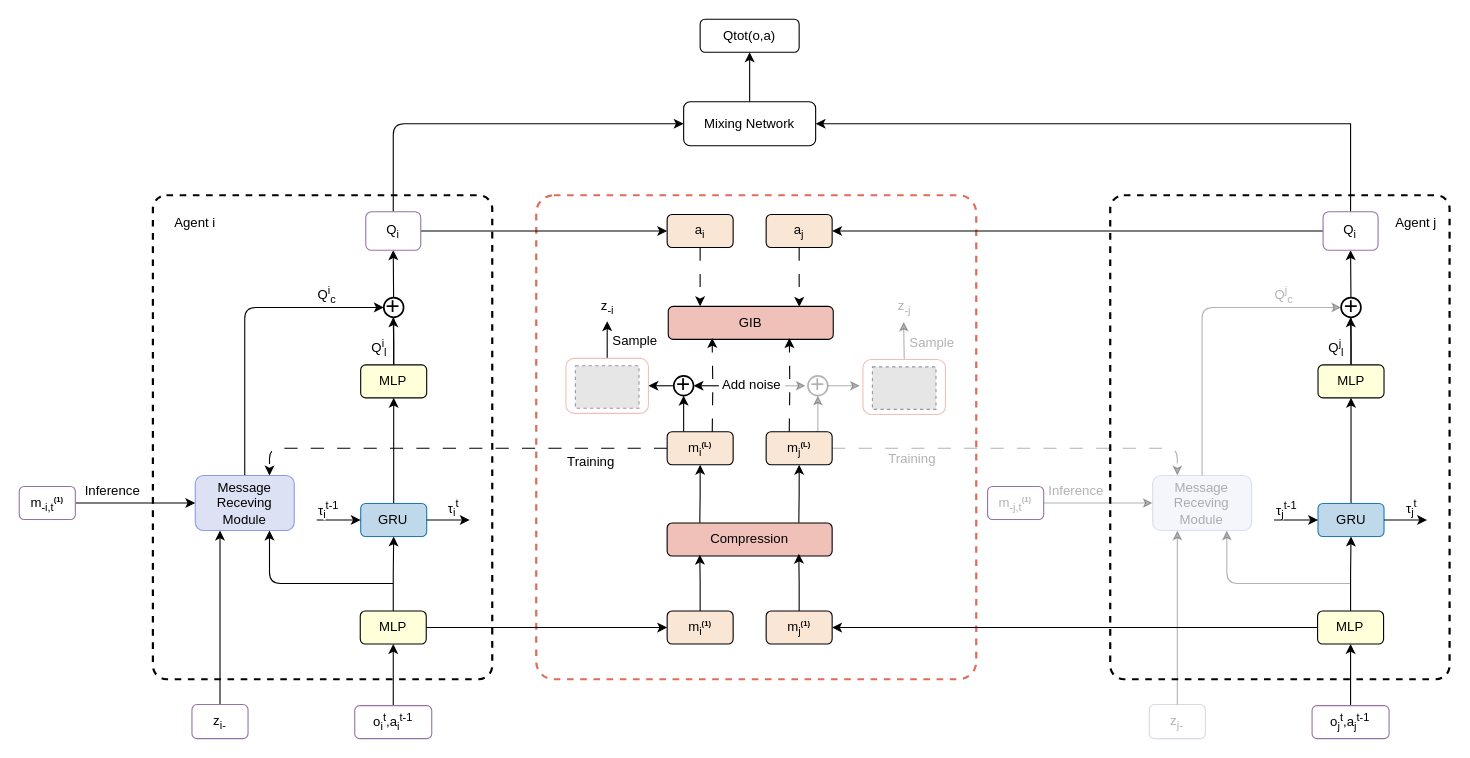
This is network2.drawio from fan-zine/drawio, a draw.io file, before an edit. Source tidied: cells renumbered, new cells numbered last; positions are measured from the earlier drawing's top-left corner, leaving out a move shared by most shapes. Both pictures are drawn from the tidied source at 110%, with x=0, y=0 at pixel (19, 19). Pictures stored in the file or linked from it are replaced by grey dashed boxes.
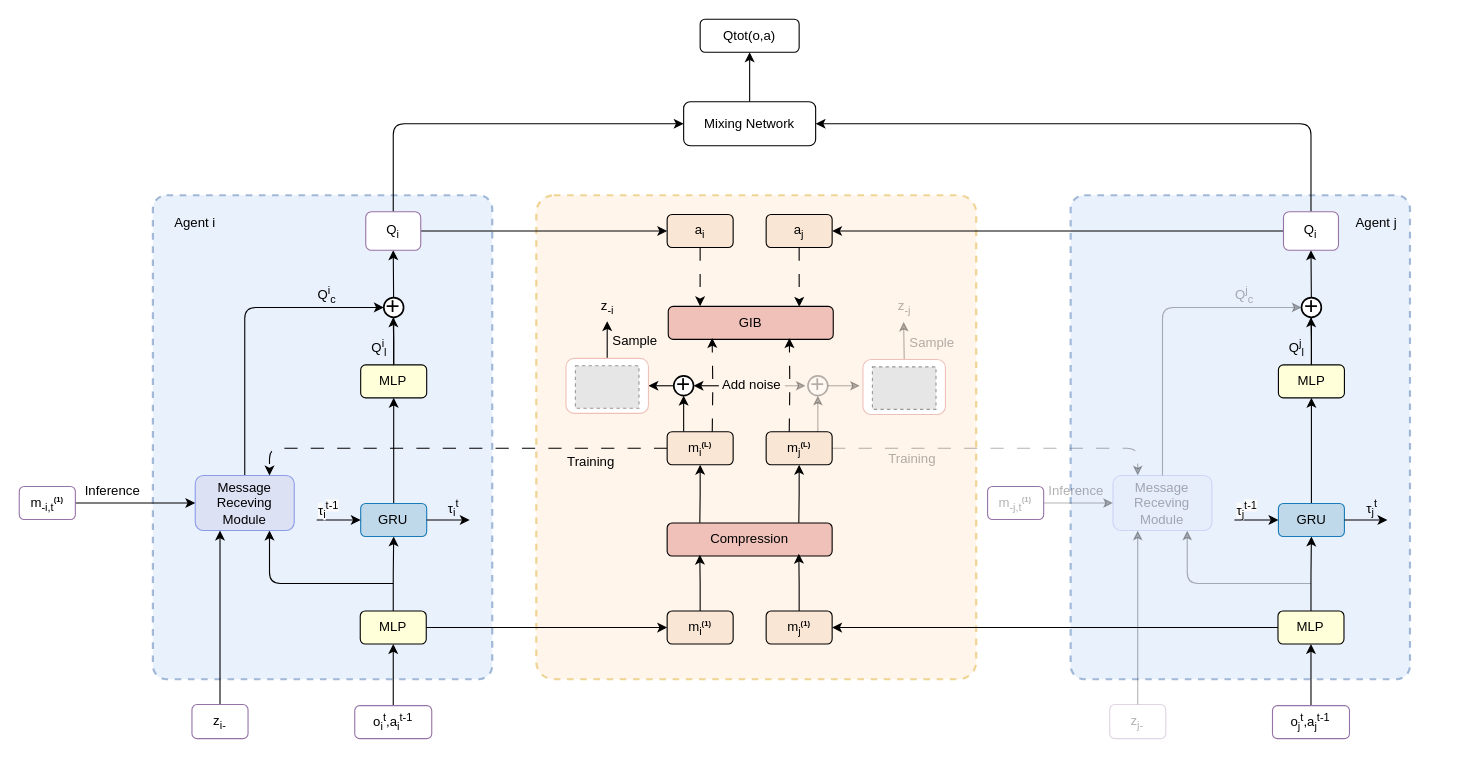
Above is the later version.

Unchanged cells that the change refers to:
```xml
<mxCell id="15" value="Mixing Network" style="rounded=1;whiteSpace=wrap;html=1;" parent="1" vertex="1">
  <mxGeometry x="604" y="75" width="120" height="40" as="geometry" />
</mxCell>
```

Change to the diagram source:
```diff
@@
-    <mxCell id="2" style="rounded=1;whiteSpace=wrap;html=1;align=center;verticalAlign=middle;fontFamily=Helvetica;fontSize=12;shadow=0;glass=0;arcSize=4;dashed=1;strokeWidth=2;strokeColor=#df6c58;" parent="1" vertex="1">
+    <mxCell id="2" style="rounded=1;whiteSpace=wrap;html=1;align=center;verticalAlign=middle;fontFamily=Helvetica;fontSize=12;shadow=0;glass=0;arcSize=4;dashed=1;strokeWidth=2;strokeColor=#d79b00;fillColor=#ffe6cc;opacity=40;" parent="1" vertex="1">
       <mxGeometry x="470" y="160" width="400" height="440" as="geometry" />
     </mxCell>
-    <mxCell id="3" style="rounded=1;whiteSpace=wrap;html=1;align=center;verticalAlign=middle;fontFamily=Helvetica;fontSize=12;shadow=0;glass=0;arcSize=4;dashed=1;strokeWidth=2;" parent="1" vertex="1">
+    <mxCell id="3" style="rounded=1;whiteSpace=wrap;html=1;align=center;verticalAlign=middle;fontFamily=Helvetica;fontSize=12;shadow=0;glass=0;arcSize=4;dashed=1;strokeWidth=2;fillColor=#dae8fc;strokeColor=#6c8ebf;opacity=60;" parent="1" vertex="1">
       <mxGeometry x="121.5" y="160" width="308.5" height="440" as="geometry" />
     </mxCell>
@@
-    <mxCell id="73" style="rounded=1;whiteSpace=wrap;html=1;align=center;verticalAlign=middle;fontFamily=Helvetica;fontSize=12;shadow=0;glass=0;arcSize=4;dashed=1;strokeWidth=2;" parent="1" vertex="1">
-      <mxGeometry x="991.8" y="160" width="308.5" height="440" as="geometry" />
+    <mxCell id="73" style="rounded=1;whiteSpace=wrap;html=1;align=center;verticalAlign=middle;fontFamily=Helvetica;fontSize=12;shadow=0;glass=0;arcSize=4;dashed=1;strokeWidth=2;fillColor=#dae8fc;strokeColor=#6c8ebf;opacity=60;" parent="1" vertex="1">
+      <mxGeometry x="955.8" y="160" width="308.5" height="440" as="geometry" />
     </mxCell>
@@
     <mxCell id="75" style="edgeStyle=orthogonalEdgeStyle;rounded=1;jettySize=auto;html=1;entryX=0.75;entryY=1;entryDx=0;entryDy=0;fontFamily=Helvetica;fontSize=12;fontColor=default;curved=0;strokeColor=default;textOpacity=30;opacity=30;" parent="1" edge="1" target="86">
       <mxGeometry relative="1" as="geometry">
-        <mxPoint x="1210.3" y="513" as="sourcePoint" />
+        <mxPoint x="1174.3" y="513" as="sourcePoint" />
         <Array as="points">
-          <mxPoint x="1210.3" y="513" />
-          <mxPoint x="1098.3" y="513" />
+          <mxPoint x="1174.3" y="513" />
+          <mxPoint x="1062.3" y="513" />
         </Array>
       </mxGeometry>
     </mxCell>
@@
     <mxCell id="77" value="MLP" style="rounded=1;whiteSpace=wrap;html=1;fillColor=#ffffd9;" parent="1" vertex="1">
-      <mxGeometry x="1180.3" y="538" width="60" height="30" as="geometry" />
+      <mxGeometry x="1144.3" y="538" width="60" height="30" as="geometry" />
     </mxCell>
@@
     <mxCell id="79" value="GRU" style="rounded=1;whiteSpace=wrap;html=1;fillColor=#bfd9ea;strokeColor=#1a7bb7;" parent="1" vertex="1">
-      <mxGeometry x="1180.7" y="440.2" width="60" height="30" as="geometry" />
+      <mxGeometry x="1144.7" y="440.2" width="60" height="30" as="geometry" />
     </mxCell>
     <mxCell id="80" style="endArrow=classic;html=1;rounded=0;entryX=0.5;entryY=1;entryDx=0;entryDy=0;" parent="1" edge="1" source="81" target="77">
       <mxGeometry relative="1" as="geometry">
         <Array as="points">
-          <mxPoint x="1210.3" y="603" />
+          <mxPoint x="1174.3" y="603" />
         </Array>
       </mxGeometry>
     </mxCell>
     <mxCell id="81" value="o&lt;sub&gt;j&lt;/sub&gt;&lt;sup&gt;t&lt;/sup&gt;,a&lt;sub&gt;j&lt;/sub&gt;&lt;sup&gt;t-1&lt;/sup&gt;" style="text;html=1;align=center;verticalAlign=middle;whiteSpace=wrap;rounded=1;fillColor=none;strokeColor=#9673a6;" parent="1" vertex="1">
-      <mxGeometry x="1175.3" y="624" width="70" height="30" as="geometry" />
+      <mxGeometry x="1139.3" y="624" width="70" height="30" as="geometry" />
     </mxCell>
     <mxCell id="82" style="edgeStyle=orthogonalEdgeStyle;rounded=0;jettySize=auto;html=1;exitX=0.5;exitY=0;exitDx=0;exitDy=0;entryX=0.5;entryY=1;entryDx=0;entryDy=0;fontFamily=Helvetica;fontSize=12;fontColor=default;" parent="1" edge="1" source="83">
       <mxGeometry relative="1" as="geometry">
-        <mxPoint x="1210.3" y="271" as="targetPoint" />
+        <mxPoint x="1174.3" y="271" as="targetPoint" />
       </mxGeometry>
     </mxCell>
     <mxCell id="83" value="MLP" style="rounded=1;whiteSpace=wrap;html=1;fillColor=#ffffd9;" parent="1" vertex="1">
-      <mxGeometry x="1180.7" y="314.2" width="60" height="30" as="geometry" />
+      <mxGeometry x="1144.7" y="314.2" width="60" height="30" as="geometry" />
     </mxCell>
     <mxCell id="84" style="endArrow=classic;html=1;rounded=0;entryX=0;entryY=0.5;entryDx=0;entryDy=0;exitX=1;exitY=0.5;exitDx=0;exitDy=0;" parent="1" edge="1" target="79">
       <mxGeometry relative="1" as="geometry">
-        <mxPoint x="1160.7" y="455.2" as="sourcePoint" />
+        <mxPoint x="1124.7" y="455.2" as="sourcePoint" />
         <Array as="points">
-          <mxPoint x="1140.7" y="455.2" />
-          <mxPoint x="1160.7" y="455.2" />
+          <mxPoint x="1104.7" y="455.2" />
+          <mxPoint x="1124.7" y="455.2" />
         </Array>
       </mxGeometry>
     </mxCell>
@@
     <mxCell id="86" value="Message&lt;br&gt;Receving&lt;br&gt;Module" style="rounded=1;whiteSpace=wrap;html=1;fillColor=#dce1f4;strokeColor=#8c9be6;opacity=30;textOpacity=30;" parent="1" vertex="1">
-      <mxGeometry x="1030.3" y="414.8" width="90" height="50" as="geometry" />
+      <mxGeometry x="994.3" y="414.8" width="90" height="50" as="geometry" />
     </mxCell>
     <mxCell id="87" value="Q&lt;sup&gt;j&lt;/sup&gt;&lt;sub&gt;c&lt;/sub&gt;" style="text;html=1;align=center;verticalAlign=middle;whiteSpace=wrap;rounded=0;opacity=30;textOpacity=30;" parent="1" vertex="1">
-      <mxGeometry x="1120.3" y="236" width="60" height="30" as="geometry" />
+      <mxGeometry x="1084.3" y="236" width="60" height="30" as="geometry" />
     </mxCell>
@@
     <mxCell id="89" value="Q&lt;sup&gt;j&lt;/sup&gt;&lt;sub&gt;l&lt;/sub&gt;" style="text;html=1;align=center;verticalAlign=middle;whiteSpace=wrap;rounded=0;" parent="1" vertex="1">
-      <mxGeometry x="1185.3" y="284.2" width="25" height="30" as="geometry" />
+      <mxGeometry x="1149.3" y="284.2" width="25" height="30" as="geometry" />
     </mxCell>
@@
     <mxCell id="91" value="z&lt;sub&gt;j-&lt;/sub&gt;" style="text;html=1;align=center;verticalAlign=middle;whiteSpace=wrap;rounded=1;fillColor=none;strokeColor=#9673a6;opacity=30;textOpacity=30;" parent="1" vertex="1">
-      <mxGeometry x="1027.3" y="623" width="51" height="31" as="geometry" />
+      <mxGeometry x="991.3" y="623" width="51" height="31" as="geometry" />
     </mxCell>
@@
     <mxCell id="93" value="Agent j" style="text;html=1;align=center;verticalAlign=middle;whiteSpace=wrap;rounded=0;fontFamily=Helvetica;fontSize=12;fontColor=default;" parent="1" vertex="1">
-      <mxGeometry x="1240.3" y="170" width="60" height="30" as="geometry" />
+      <mxGeometry x="1204.3" y="170" width="60" height="30" as="geometry" />
     </mxCell>
-    <mxCell id="94" style="edgeStyle=orthogonalEdgeStyle;rounded=0;jettySize=auto;html=1;exitX=0.5;exitY=0;exitDx=0;exitDy=0;entryX=1;entryY=0.5;entryDx=0;entryDy=0;fontFamily=Helvetica;fontSize=12;fontColor=default;" parent="1" edge="1" source="96" target="15">
+    <mxCell id="94" style="edgeStyle=orthogonalEdgeStyle;rounded=1;jettySize=auto;html=1;exitX=0.5;exitY=0;exitDx=0;exitDy=0;entryX=1;entryY=0.5;entryDx=0;entryDy=0;fontFamily=Helvetica;fontSize=12;fontColor=default;curved=0;" parent="1" edge="1" source="96" target="15">
       <mxGeometry relative="1" as="geometry" />
     </mxCell>
@@
     <mxCell id="96" value="Q&lt;sub&gt;i&lt;/sub&gt;" style="rounded=1;whiteSpace=wrap;html=1;strokeColor=#9673a6;align=center;verticalAlign=middle;fontFamily=Helvetica;fontSize=12;fontColor=default;fillColor=default;" parent="1" vertex="1">
-      <mxGeometry x="1185.3" y="175" width="50" height="35" as="geometry" />
+      <mxGeometry x="1149.3" y="175" width="50" height="35" as="geometry" />
     </mxCell>
     <mxCell id="97" value="&lt;p style=&quot;line-height: 100%;&quot;&gt;&lt;font style=&quot;font-size: 22px;&quot;&gt;+&lt;/font&gt;&lt;/p&gt;" style="ellipse;whiteSpace=wrap;html=1;strokeColor=default;align=center;verticalAlign=middle;fontFamily=Helvetica;fontSize=12;fontColor=default;fillColor=default;strokeWidth=1.5;" parent="1" vertex="1">
-      <mxGeometry x="1201.7" y="253" width="18" height="18" as="geometry" />
+      <mxGeometry x="1165.7" y="253" width="18" height="18" as="geometry" />
     </mxCell>
@@
     <mxCell id="100" value="&lt;span style=&quot;forced-color-adjust: none; color: rgb(0, 0, 0); font-family: Helvetica; font-size: 12px; font-style: normal; font-variant-ligatures: normal; font-variant-caps: normal; font-weight: 400; letter-spacing: normal; orphans: 2; text-align: center; text-indent: 0px; text-transform: none; widows: 2; word-spacing: 0px; -webkit-text-stroke-width: 0px; white-space: normal; text-decoration-thickness: initial; text-decoration-style: initial; text-decoration-color: initial; background-color: rgb(251, 251, 251); float: none; display: inline !important;&quot;&gt;τ&lt;/span&gt;&lt;sub style=&quot;forced-color-adjust: none; color: rgb(0, 0, 0); font-family: Helvetica; font-style: normal; font-variant-ligatures: normal; font-variant-caps: normal; font-weight: 400; letter-spacing: normal; orphans: 2; text-align: center; text-indent: 0px; text-transform: none; widows: 2; word-spacing: 0px; -webkit-text-stroke-width: 0px; white-space: normal; text-decoration-thickness: initial; text-decoration-style: initial; text-decoration-color: initial; background-color: rgb(251, 251, 251);&quot;&gt;j&lt;/sub&gt;&lt;sup style=&quot;forced-color-adjust: none; color: rgb(0, 0, 0); font-family: Helvetica; font-style: normal; font-variant-ligatures: normal; font-variant-caps: normal; font-weight: 400; letter-spacing: normal; orphans: 2; text-align: center; text-indent: 0px; text-transform: none; widows: 2; word-spacing: 0px; -webkit-text-stroke-width: 0px; white-space: normal; text-decoration-thickness: initial; text-decoration-style: initial; text-decoration-color: initial; background-color: rgb(251, 251, 251);&quot;&gt;t-1&lt;/sup&gt;" style="text;whiteSpace=wrap;html=1;fontFamily=Helvetica;fontSize=12;fontColor=default;" parent="1" vertex="1">
-      <mxGeometry x="1140.7" y="429.8" width="50" height="40" as="geometry" />
+      <mxGeometry x="1104.7" y="429.8" width="50" height="40" as="geometry" />
     </mxCell>
     <mxCell id="101" value="τ&lt;sub&gt;j&lt;/sub&gt;&lt;sup&gt;t&lt;/sup&gt;" style="text;html=1;align=center;verticalAlign=middle;whiteSpace=wrap;rounded=0;" parent="1" vertex="1">
-      <mxGeometry x="1255.7" y="432.8" width="20" height="25" as="geometry" />
+      <mxGeometry x="1219.7" y="432.8" width="20" height="25" as="geometry" />
     </mxCell>
     <mxCell id="102" style="edgeStyle=orthogonalEdgeStyle;rounded=0;jettySize=auto;html=1;exitX=1;exitY=0.5;exitDx=0;exitDy=0;entryX=0.776;entryY=0.679;entryDx=0;entryDy=0;entryPerimeter=0;fontFamily=Helvetica;fontSize=12;fontColor=default;" parent="1" edge="1" source="79">
       <mxGeometry relative="1" as="geometry">
-        <mxPoint x="1279.8" y="455.6" as="targetPoint" />
+        <mxPoint x="1243.8" y="455.6" as="targetPoint" />
       </mxGeometry>
     </mxCell>
```
